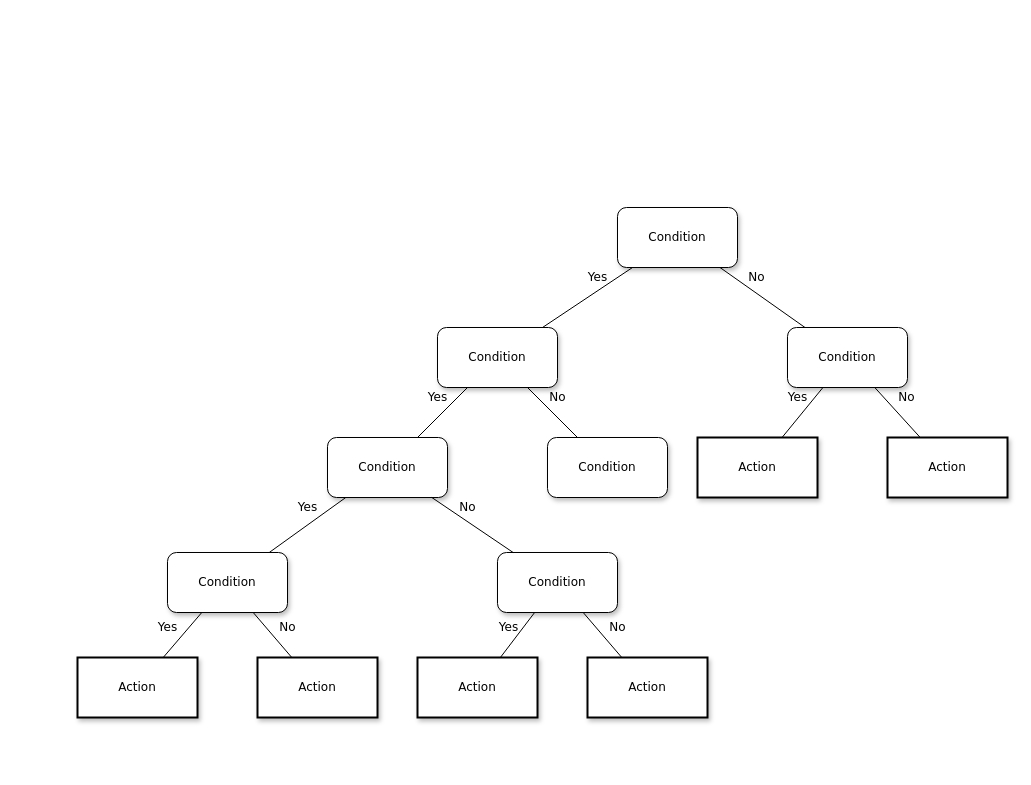
The draw.io diagram 合规.drawio in North30/tupian, before the edit. Source tidied: cells renumbered, new cells numbered last; positions are measured from the earlier drawing's top-left corner, leaving out a move shared by most shapes. Both pictures are drawn from the tidied source at 100%, with x=0, y=0 at pixel (77, 207).
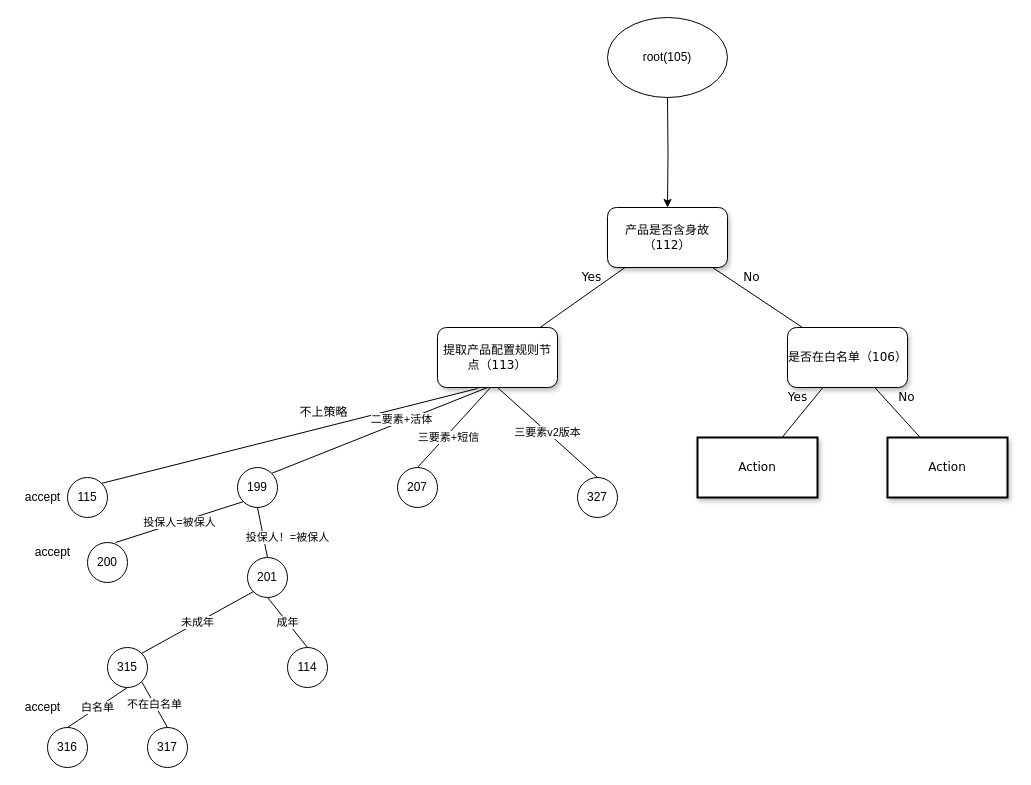
Above is the later version.

The edit, as a diff of the source:
```diff
@@
-    <mxCell id="2" value="Condition" style="whiteSpace=wrap;html=1;rounded=1;shadow=1;labelBackgroundColor=none;strokeWidth=1;fontFamily=Verdana;fontSize=12;align=center;" parent="1" vertex="1">
-      <mxGeometry x="540" width="120" height="60" as="geometry" />
+    <mxCell id="2" value="产品是否含身故（112）" style="whiteSpace=wrap;html=1;rounded=1;shadow=1;labelBackgroundColor=none;strokeWidth=1;fontFamily=Verdana;fontSize=12;align=center;" parent="1" vertex="1">
+      <mxGeometry x="530" width="120" height="60" as="geometry" />
     </mxCell>
-    <mxCell id="3" value="&lt;span&gt;Condition&lt;/span&gt;" style="whiteSpace=wrap;html=1;rounded=1;shadow=1;labelBackgroundColor=none;strokeWidth=1;fontFamily=Verdana;fontSize=12;align=center;" parent="1" vertex="1">
+    <mxCell id="3" value="提取产品配置规则节点（113）" style="whiteSpace=wrap;html=1;rounded=1;shadow=1;labelBackgroundColor=none;strokeWidth=1;fontFamily=Verdana;fontSize=12;align=center;" parent="1" vertex="1">
       <mxGeometry x="360" y="120" width="120" height="60" as="geometry" />
     </mxCell>
-    <mxCell id="4" value="&lt;span&gt;Condition&lt;/span&gt;" style="whiteSpace=wrap;html=1;rounded=1;shadow=1;labelBackgroundColor=none;strokeWidth=1;fontFamily=Verdana;fontSize=12;align=center;" parent="1" vertex="1">
+    <mxCell id="4" value="是否在白名单（106）" style="whiteSpace=wrap;html=1;rounded=1;shadow=1;labelBackgroundColor=none;strokeWidth=1;fontFamily=Verdana;fontSize=12;align=center;" parent="1" vertex="1">
       <mxGeometry x="710" y="120" width="120" height="60" as="geometry" />
     </mxCell>
@@
-    <mxCell id="7" value="&lt;span&gt;Condition&lt;/span&gt;" style="whiteSpace=wrap;html=1;rounded=1;shadow=1;labelBackgroundColor=none;strokeWidth=1;fontFamily=Verdana;fontSize=12;align=center;" parent="1" vertex="1">
-      <mxGeometry x="250" y="230" width="120" height="60" as="geometry" />
-    </mxCell>
-    <mxCell id="8" value="&lt;span&gt;Condition&lt;/span&gt;" style="whiteSpace=wrap;html=1;rounded=1;shadow=1;labelBackgroundColor=none;strokeWidth=1;fontFamily=Verdana;fontSize=12;align=center;" parent="1" vertex="1">
-      <mxGeometry x="470" y="230" width="120" height="60" as="geometry" />
-    </mxCell>
@@
-    <mxCell id="11" value="&lt;span&gt;Condition&lt;/span&gt;" style="whiteSpace=wrap;html=1;rounded=1;shadow=1;labelBackgroundColor=none;strokeWidth=1;fontFamily=Verdana;fontSize=12;align=center;" parent="1" vertex="1">
-      <mxGeometry x="90" y="345" width="120" height="60" as="geometry" />
-    </mxCell>
-    <mxCell id="12" value="&lt;span&gt;Condition&lt;/span&gt;" style="whiteSpace=wrap;html=1;rounded=1;shadow=1;labelBackgroundColor=none;strokeWidth=1;fontFamily=Verdana;fontSize=12;align=center;" parent="1" vertex="1">
-      <mxGeometry x="420" y="345" width="120" height="60" as="geometry" />
-    </mxCell>
-    <mxCell id="13" value="Yes" style="rounded=0;html=1;labelBackgroundColor=none;startArrow=none;startFill=0;startSize=5;endArrow=none;endFill=0;endSize=5;jettySize=auto;strokeWidth=1;fontFamily=Verdana;fontSize=12;" parent="1" edge="1" source="3" target="7">
+    <mxCell id="13" value="不上策略" style="rounded=0;html=1;labelBackgroundColor=none;startArrow=none;startFill=0;startSize=5;endArrow=none;endFill=0;endSize=5;jettySize=auto;strokeWidth=1;fontFamily=Verdana;fontSize=12;exitX=0.333;exitY=1.017;exitDx=0;exitDy=0;exitPerimeter=0;entryX=1;entryY=0;entryDx=0;entryDy=0;" parent="1" edge="1" source="3" target="30">
       <mxGeometry x="-0.2" y="-14" relative="1" as="geometry" />
     </mxCell>
-    <mxCell id="14" value="No" style="rounded=0;html=1;labelBackgroundColor=none;startArrow=none;startFill=0;startSize=5;endArrow=none;endFill=0;endSize=5;jettySize=auto;strokeWidth=1;fontFamily=Verdana;fontSize=12;" parent="1" edge="1" source="3" target="8">
-      <mxGeometry x="-0.2" y="14" relative="1" as="geometry" />
-    </mxCell>
@@
-    <mxCell id="17" value="Yes" style="rounded=0;html=1;labelBackgroundColor=none;startArrow=none;startFill=0;startSize=5;endArrow=none;endFill=0;endSize=5;jettySize=auto;strokeWidth=1;fontFamily=Verdana;fontSize=12;" parent="1" edge="1" source="7" target="11">
-      <mxGeometry x="-0.22" y="-14" relative="1" as="geometry" />
-    </mxCell>
-    <mxCell id="18" value="No" style="rounded=0;html=1;labelBackgroundColor=none;startArrow=none;startFill=0;startSize=5;endArrow=none;endFill=0;endSize=5;jettySize=auto;strokeWidth=1;fontFamily=Verdana;fontSize=12;" parent="1" edge="1" source="7" target="12">
-      <mxGeometry x="-0.28" y="12" relative="1" as="geometry" />
-    </mxCell>
-    <mxCell id="19" value="Action" style="whiteSpace=wrap;html=1;rounded=0;shadow=1;labelBackgroundColor=none;strokeWidth=2;fontFamily=Verdana;fontSize=12;align=center;" parent="1" vertex="1">
-      <mxGeometry y="450" width="120" height="60" as="geometry" />
-    </mxCell>
-    <mxCell id="20" value="&lt;span&gt;Action&lt;/span&gt;" style="whiteSpace=wrap;html=1;rounded=0;shadow=1;labelBackgroundColor=none;strokeWidth=2;fontFamily=Verdana;fontSize=12;align=center;" parent="1" vertex="1">
-      <mxGeometry x="180" y="450" width="120" height="60" as="geometry" />
-    </mxCell>
-    <mxCell id="21" value="&lt;span&gt;Action&lt;/span&gt;" style="whiteSpace=wrap;html=1;rounded=0;shadow=1;labelBackgroundColor=none;strokeWidth=2;fontFamily=Verdana;fontSize=12;align=center;" parent="1" vertex="1">
-      <mxGeometry x="340" y="450" width="120" height="60" as="geometry" />
-    </mxCell>
-    <mxCell id="22" value="&lt;span&gt;Action&lt;/span&gt;" style="whiteSpace=wrap;html=1;rounded=0;shadow=1;labelBackgroundColor=none;strokeWidth=2;fontFamily=Verdana;fontSize=12;align=center;" parent="1" vertex="1">
-      <mxGeometry x="510" y="450" width="120" height="60" as="geometry" />
-    </mxCell>
-    <mxCell id="23" value="Yes" style="rounded=0;html=1;labelBackgroundColor=none;startArrow=none;startFill=0;startSize=5;endArrow=none;endFill=0;endSize=5;jettySize=auto;strokeWidth=1;fontFamily=Verdana;fontSize=12;" parent="1" edge="1" source="11" target="19">
-      <mxGeometry x="0.14" y="-16" relative="1" as="geometry" />
-    </mxCell>
-    <mxCell id="24" value="No" style="rounded=0;html=1;labelBackgroundColor=none;startArrow=none;startFill=0;startSize=5;endArrow=none;endFill=0;endSize=5;jettySize=auto;strokeWidth=1;fontFamily=Verdana;fontSize=12;" parent="1" edge="1" source="11" target="20">
-      <mxGeometry x="0.14" y="16" relative="1" as="geometry" />
-    </mxCell>
-    <mxCell id="25" value="Yes" style="rounded=0;html=1;labelBackgroundColor=none;startArrow=none;startFill=0;startSize=5;endArrow=none;endFill=0;endSize=5;jettySize=auto;strokeWidth=1;fontFamily=Verdana;fontSize=12;" parent="1" edge="1" source="12" target="21">
-      <mxGeometry y="-12" relative="1" as="geometry" />
-    </mxCell>
-    <mxCell id="26" value="No" style="rounded=0;html=1;labelBackgroundColor=none;startArrow=none;startFill=0;startSize=5;endArrow=none;endFill=0;endSize=5;jettySize=auto;strokeWidth=1;fontFamily=Verdana;fontSize=12;" parent="1" edge="1" source="12" target="22">
-      <mxGeometry x="0.14" y="16" relative="1" as="geometry" />
-    </mxCell>
+    <mxCell id="27" value="root(105)" style="ellipse;whiteSpace=wrap;html=1;" parent="1" vertex="1">
+      <mxGeometry x="530" y="-190" width="120" height="80" as="geometry" />
+    </mxCell>
+    <mxCell id="28" style="edgeStyle=orthogonalEdgeStyle;rounded=0;jettySize=auto;html=1;entryX=0.5;entryY=0;entryDx=0;entryDy=0;" parent="1" edge="1" target="2">
+      <mxGeometry relative="1" as="geometry">
+        <mxPoint x="590" y="-110" as="sourcePoint" />
+      </mxGeometry>
+    </mxCell>
+    <mxCell id="29" value="二要素+活体" style="endArrow=none;html=1;exitX=1;exitY=0;exitDx=0;exitDy=0;entryX=0.417;entryY=1;entryDx=0;entryDy=0;entryPerimeter=0;" parent="1" edge="1" source="31" target="3">
+      <mxGeometry x="0.21" y="2" relative="1" as="geometry" />
+    </mxCell>
+    <mxCell id="30" value="115" style="ellipse;whiteSpace=wrap;html=1;" parent="1" vertex="1">
+      <mxGeometry x="-10" y="270" width="40" height="40" as="geometry" />
+    </mxCell>
+    <mxCell id="31" value="199" style="ellipse;whiteSpace=wrap;html=1;" parent="1" vertex="1">
+      <mxGeometry x="160" y="260" width="40" height="40" as="geometry" />
+    </mxCell>
+    <mxCell id="32" value="207" style="ellipse;whiteSpace=wrap;html=1;" parent="1" vertex="1">
+      <mxGeometry x="320" y="260" width="40" height="40" as="geometry" />
+    </mxCell>
+    <mxCell id="33" style="endArrow=none;html=1;entryX=0.442;entryY=1;entryDx=0;entryDy=0;entryPerimeter=0;exitX=0.5;exitY=0;exitDx=0;exitDy=0;" parent="1" edge="1" source="32" target="3">
+      <mxGeometry relative="1" as="geometry" />
+    </mxCell>
+    <mxCell id="34" value="三要素+短信" style="edgeLabel;html=1;align=center;verticalAlign=middle;" parent="33" vertex="1">
+      <mxGeometry x="0.24" y="1" relative="1" as="geometry">
+        <mxPoint x="-14.4" y="20.1" as="offset" />
+      </mxGeometry>
+    </mxCell>
+    <mxCell id="35" value="327" style="ellipse;whiteSpace=wrap;html=1;" parent="1" vertex="1">
+      <mxGeometry x="500" y="270" width="40" height="40" as="geometry" />
+    </mxCell>
+    <mxCell id="36" value="三要素v2版本" style="endArrow=none;html=1;entryX=0.5;entryY=1;entryDx=0;entryDy=0;exitX=0.5;exitY=0;exitDx=0;exitDy=0;" parent="1" edge="1" source="35" target="3">
+      <mxGeometry relative="1" as="geometry" />
+    </mxCell>
+    <mxCell id="37" value="accept" style="text;html=1;align=center;verticalAlign=middle;" parent="1" vertex="1">
+      <mxGeometry x="-60" y="280" width="50" height="20" as="geometry" />
+    </mxCell>
+    <mxCell id="38" value="200" style="ellipse;whiteSpace=wrap;html=1;" parent="1" vertex="1">
+      <mxGeometry x="10" y="335" width="40" height="40" as="geometry" />
+    </mxCell>
+    <mxCell id="39" value="201" style="ellipse;whiteSpace=wrap;html=1;" parent="1" vertex="1">
+      <mxGeometry x="170" y="350" width="40" height="40" as="geometry" />
+    </mxCell>
+    <mxCell id="40" value="投保人=被保人" style="endArrow=none;html=1;entryX=0;entryY=1;entryDx=0;entryDy=0;exitX=0.7;exitY=0;exitDx=0;exitDy=0;exitPerimeter=0;" parent="1" edge="1" source="38" target="31">
+      <mxGeometry relative="1" as="geometry" />
+    </mxCell>
+    <mxCell id="41" value="投保人！=被保人" style="endArrow=none;html=1;entryX=0.5;entryY=1;entryDx=0;entryDy=0;exitX=0.5;exitY=0;exitDx=0;exitDy=0;" parent="1" edge="1" source="39" target="31">
+      <mxGeometry x="-0.38" y="-24" relative="1" as="geometry" />
+    </mxCell>
+    <mxCell id="42" value="accept" style="text;html=1;align=center;verticalAlign=middle;" parent="1" vertex="1">
+      <mxGeometry x="-50" y="335" width="50" height="20" as="geometry" />
+    </mxCell>
+    <mxCell id="43" value="315" style="ellipse;whiteSpace=wrap;html=1;" parent="1" vertex="1">
+      <mxGeometry x="30" y="440" width="40" height="40" as="geometry" />
+    </mxCell>
+    <mxCell id="44" value="114" style="ellipse;whiteSpace=wrap;html=1;" parent="1" vertex="1">
+      <mxGeometry x="210" y="440" width="40" height="40" as="geometry" />
+    </mxCell>
+    <mxCell id="45" value="未成年" style="endArrow=none;html=1;entryX=0;entryY=1;entryDx=0;entryDy=0;exitX=1;exitY=0;exitDx=0;exitDy=0;" parent="1" edge="1" source="43" target="39">
+      <mxGeometry relative="1" as="geometry" />
+    </mxCell>
+    <mxCell id="46" value="成年" style="endArrow=none;html=1;entryX=0.5;entryY=1;entryDx=0;entryDy=0;exitX=0.5;exitY=0;exitDx=0;exitDy=0;" parent="1" edge="1" source="44" target="39">
+      <mxGeometry relative="1" as="geometry" />
+    </mxCell>
+    <mxCell id="47" value="316" style="ellipse;whiteSpace=wrap;html=1;" parent="1" vertex="1">
+      <mxGeometry x="-30" y="520" width="40" height="40" as="geometry" />
+    </mxCell>
+    <mxCell id="48" value="白名单" style="endArrow=none;html=1;entryX=0.5;entryY=1;entryDx=0;entryDy=0;exitX=0.5;exitY=0;exitDx=0;exitDy=0;" parent="1" edge="1" source="47" target="43">
+      <mxGeometry relative="1" as="geometry" />
+    </mxCell>
+    <mxCell id="49" value="317" style="ellipse;whiteSpace=wrap;html=1;" parent="1" vertex="1">
+      <mxGeometry x="70" y="520" width="40" height="40" as="geometry" />
+    </mxCell>
+    <mxCell id="50" value="accept" style="text;html=1;align=center;verticalAlign=middle;" parent="1" vertex="1">
+      <mxGeometry x="-60" y="490" width="50" height="20" as="geometry" />
+    </mxCell>
+    <mxCell id="51" value="不在白名单" style="endArrow=none;html=1;entryX=1;entryY=1;entryDx=0;entryDy=0;exitX=0.5;exitY=0;exitDx=0;exitDy=0;" parent="1" edge="1" source="49" target="43">
+      <mxGeometry relative="1" as="geometry" />
+    </mxCell>
```
